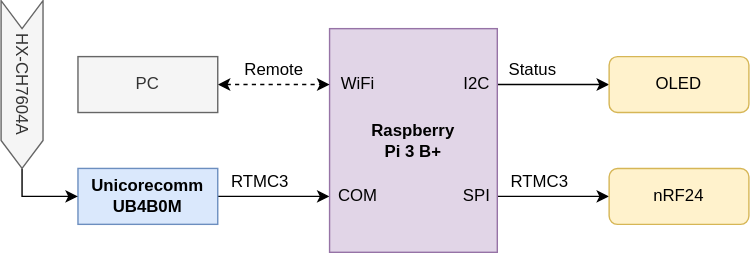
mfkiwl/lidar-mapping-poc keeps this draw.io diagram as docs/design/base.drawio.svg. Above is the earlier version. Source tidied: cells renumbered, new cells last; positions are measured from the earlier drawing's top-left corner, leaving out a move shared by most shapes. Source of this version:
```xml
<mxGraphModel>
  <root>
    <mxCell id="0" />
    <mxCell id="1" parent="0" />
    <mxCell id="2" style="edgeStyle=orthogonalEdgeStyle;rounded=0;jettySize=auto;html=1;exitX=1;exitY=0.5;exitDx=0;exitDy=0;entryX=0;entryY=0.75;entryDx=0;entryDy=0;" parent="1" edge="1" source="3" target="8">
      <mxGeometry relative="1" as="geometry" />
    </mxCell>
    <mxCell id="3" value="Unicorecomm&lt;br&gt;UB4B0M" style="rounded=0;whiteSpace=wrap;html=1;fontStyle=1;fillColor=#dae8fc;strokeColor=#6c8ebf;" parent="1" vertex="1">
      <mxGeometry x="100" y="100" width="100" height="40" as="geometry" />
    </mxCell>
    <mxCell id="4" style="edgeStyle=orthogonalEdgeStyle;rounded=0;jettySize=auto;html=1;exitX=1;exitY=0.5;exitDx=0;exitDy=0;entryX=0;entryY=0.5;entryDx=0;entryDy=0;" parent="1" edge="1" source="5" target="3">
      <mxGeometry relative="1" as="geometry" />
    </mxCell>
    <mxCell id="5" value="HX-CH7604A" style="shape=step;perimeter=stepPerimeter;whiteSpace=wrap;html=1;fixedSize=1;rotation=90;fillColor=#f5f5f5;strokeColor=#666666;fontColor=#333333;" parent="1" vertex="1">
      <mxGeometry y="25" width="120" height="30" as="geometry" />
    </mxCell>
    <mxCell id="6" style="edgeStyle=orthogonalEdgeStyle;rounded=0;jettySize=auto;html=1;exitX=1;exitY=0.25;exitDx=0;exitDy=0;entryX=0;entryY=0.5;entryDx=0;entryDy=0;endArrow=classic;endFill=1;" parent="1" edge="1" source="8" target="10">
      <mxGeometry relative="1" as="geometry" />
    </mxCell>
    <mxCell id="7" style="edgeStyle=orthogonalEdgeStyle;rounded=0;jettySize=auto;html=1;exitX=1;exitY=0.75;exitDx=0;exitDy=0;entryX=0;entryY=0.5;entryDx=0;entryDy=0;endArrow=classic;endFill=1;" parent="1" edge="1" source="8" target="11">
      <mxGeometry relative="1" as="geometry" />
    </mxCell>
    <mxCell id="8" value="Raspberry&lt;br&gt;Pi 3 B+" style="rounded=0;whiteSpace=wrap;html=1;fontStyle=1;fillColor=#e1d5e7;strokeColor=#9673a6;" parent="1" vertex="1">
      <mxGeometry x="280" width="120" height="160" as="geometry" />
    </mxCell>
    <mxCell id="9" value="COM" style="text;html=1;align=center;verticalAlign=middle;strokeColor=none;fillColor=none;" parent="1" vertex="1">
      <mxGeometry x="280" y="110" width="40" height="20" as="geometry" />
    </mxCell>
    <mxCell id="10" value="OLED" style="rounded=1;whiteSpace=wrap;html=1;fillColor=#fff2cc;strokeColor=#d6b656;" parent="1" vertex="1">
      <mxGeometry x="480" y="20" width="100" height="40" as="geometry" />
    </mxCell>
    <mxCell id="11" value="nRF24" style="rounded=1;whiteSpace=wrap;html=1;fillColor=#fff2cc;strokeColor=#d6b656;" parent="1" vertex="1">
      <mxGeometry x="480" y="100" width="100" height="40" as="geometry" />
    </mxCell>
    <mxCell id="12" value="I2C" style="text;html=1;align=center;verticalAlign=middle;strokeColor=none;fillColor=none;" parent="1" vertex="1">
      <mxGeometry x="370" y="30" width="30" height="20" as="geometry" />
    </mxCell>
    <mxCell id="13" value="SPI" style="text;html=1;align=center;verticalAlign=middle;strokeColor=none;fillColor=none;" parent="1" vertex="1">
      <mxGeometry x="370" y="110" width="30" height="20" as="geometry" />
    </mxCell>
    <mxCell id="14" value="RTMC3" style="text;html=1;align=center;verticalAlign=middle;strokeColor=none;fillColor=none;" parent="1" vertex="1">
      <mxGeometry x="200" y="100" width="60" height="20" as="geometry" />
    </mxCell>
    <mxCell id="15" value="Status" style="text;html=1;align=center;verticalAlign=middle;strokeColor=none;fillColor=none;" parent="1" vertex="1">
      <mxGeometry x="400" y="20" width="50" height="20" as="geometry" />
    </mxCell>
    <mxCell id="16" value="RTMC3" style="text;html=1;align=center;verticalAlign=middle;strokeColor=none;fillColor=none;" parent="1" vertex="1">
      <mxGeometry x="400" y="100" width="60" height="20" as="geometry" />
    </mxCell>
    <mxCell id="17" style="edgeStyle=orthogonalEdgeStyle;rounded=0;jettySize=auto;html=1;exitX=1;exitY=0.5;exitDx=0;exitDy=0;entryX=0;entryY=0.25;entryDx=0;entryDy=0;startArrow=classic;startFill=1;dashed=1;" parent="1" edge="1" source="18" target="8">
      <mxGeometry relative="1" as="geometry" />
    </mxCell>
    <mxCell id="18" value="PC" style="rounded=0;whiteSpace=wrap;html=1;fontStyle=0;fillColor=#f5f5f5;strokeColor=#666666;fontColor=#333333;" parent="1" vertex="1">
      <mxGeometry x="100" y="20" width="100" height="40" as="geometry" />
    </mxCell>
    <mxCell id="19" value="Remote" style="text;html=1;align=center;verticalAlign=middle;strokeColor=none;fillColor=none;" parent="1" vertex="1">
      <mxGeometry x="210" y="20" width="60" height="20" as="geometry" />
    </mxCell>
    <mxCell id="20" value="WiFi" style="text;html=1;align=center;verticalAlign=middle;strokeColor=none;" parent="1" vertex="1">
      <mxGeometry x="280" y="30" width="40" height="20" as="geometry" />
    </mxCell>
  </root>
</mxGraphModel>
```
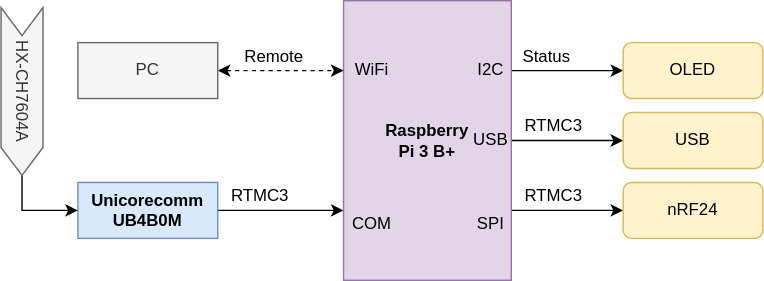
The same file after the commit.

The edit, as a diff of the source:
```diff
@@ -6,13 +6,13 @@
       <mxGeometry relative="1" as="geometry" />
     </mxCell>
     <mxCell id="3" value="Unicorecomm&lt;br&gt;UB4B0M" style="rounded=0;whiteSpace=wrap;html=1;fontStyle=1;fillColor=#dae8fc;strokeColor=#6c8ebf;" parent="1" vertex="1">
-      <mxGeometry x="100" y="100" width="100" height="40" as="geometry" />
+      <mxGeometry x="100" y="90" width="100" height="40" as="geometry" />
     </mxCell>
     <mxCell id="4" style="edgeStyle=orthogonalEdgeStyle;rounded=0;jettySize=auto;html=1;exitX=1;exitY=0.5;exitDx=0;exitDy=0;entryX=0;entryY=0.5;entryDx=0;entryDy=0;" parent="1" edge="1" source="5" target="3">
       <mxGeometry relative="1" as="geometry" />
     </mxCell>
     <mxCell id="5" value="HX-CH7604A" style="shape=step;perimeter=stepPerimeter;whiteSpace=wrap;html=1;fixedSize=1;rotation=90;fillColor=#f5f5f5;strokeColor=#666666;fontColor=#333333;" parent="1" vertex="1">
-      <mxGeometry y="25" width="120" height="30" as="geometry" />
+      <mxGeometry y="10" width="120" height="30" as="geometry" />
     </mxCell>
     <mxCell id="6" style="edgeStyle=orthogonalEdgeStyle;rounded=0;jettySize=auto;html=1;exitX=1;exitY=0.25;exitDx=0;exitDy=0;entryX=0;entryY=0.5;entryDx=0;entryDy=0;endArrow=classic;endFill=1;" parent="1" edge="1" source="8" target="10">
       <mxGeometry relative="1" as="geometry" />
@@ -20,44 +20,56 @@
     <mxCell id="7" style="edgeStyle=orthogonalEdgeStyle;rounded=0;jettySize=auto;html=1;exitX=1;exitY=0.75;exitDx=0;exitDy=0;entryX=0;entryY=0.5;entryDx=0;entryDy=0;endArrow=classic;endFill=1;" parent="1" edge="1" source="8" target="11">
       <mxGeometry relative="1" as="geometry" />
     </mxCell>
+    <mxCell id="21" style="edgeStyle=orthogonalEdgeStyle;rounded=0;jettySize=auto;html=1;exitX=1;exitY=0.5;exitDx=0;exitDy=0;entryX=0;entryY=0.5;entryDx=0;entryDy=0;" parent="1" edge="1" source="8" target="22">
+      <mxGeometry relative="1" as="geometry" />
+    </mxCell>
     <mxCell id="8" value="Raspberry&lt;br&gt;Pi 3 B+" style="rounded=0;whiteSpace=wrap;html=1;fontStyle=1;fillColor=#e1d5e7;strokeColor=#9673a6;" parent="1" vertex="1">
-      <mxGeometry x="280" width="120" height="160" as="geometry" />
+      <mxGeometry x="290" y="-40" width="120" height="200" as="geometry" />
     </mxCell>
     <mxCell id="9" value="COM" style="text;html=1;align=center;verticalAlign=middle;strokeColor=none;fillColor=none;" parent="1" vertex="1">
-      <mxGeometry x="280" y="110" width="40" height="20" as="geometry" />
+      <mxGeometry x="290" y="110" width="40" height="20" as="geometry" />
     </mxCell>
     <mxCell id="10" value="OLED" style="rounded=1;whiteSpace=wrap;html=1;fillColor=#fff2cc;strokeColor=#d6b656;" parent="1" vertex="1">
-      <mxGeometry x="480" y="20" width="100" height="40" as="geometry" />
+      <mxGeometry x="490" y="-10" width="100" height="40" as="geometry" />
     </mxCell>
     <mxCell id="11" value="nRF24" style="rounded=1;whiteSpace=wrap;html=1;fillColor=#fff2cc;strokeColor=#d6b656;" parent="1" vertex="1">
-      <mxGeometry x="480" y="100" width="100" height="40" as="geometry" />
+      <mxGeometry x="490" y="90" width="100" height="40" as="geometry" />
     </mxCell>
     <mxCell id="12" value="I2C" style="text;html=1;align=center;verticalAlign=middle;strokeColor=none;fillColor=none;" parent="1" vertex="1">
-      <mxGeometry x="370" y="30" width="30" height="20" as="geometry" />
+      <mxGeometry x="380" width="30" height="20" as="geometry" />
     </mxCell>
     <mxCell id="13" value="SPI" style="text;html=1;align=center;verticalAlign=middle;strokeColor=none;fillColor=none;" parent="1" vertex="1">
-      <mxGeometry x="370" y="110" width="30" height="20" as="geometry" />
+      <mxGeometry x="380" y="110" width="30" height="20" as="geometry" />
     </mxCell>
     <mxCell id="14" value="RTMC3" style="text;html=1;align=center;verticalAlign=middle;strokeColor=none;fillColor=none;" parent="1" vertex="1">
-      <mxGeometry x="200" y="100" width="60" height="20" as="geometry" />
+      <mxGeometry x="200" y="90" width="60" height="20" as="geometry" />
     </mxCell>
     <mxCell id="15" value="Status" style="text;html=1;align=center;verticalAlign=middle;strokeColor=none;fillColor=none;" parent="1" vertex="1">
-      <mxGeometry x="400" y="20" width="50" height="20" as="geometry" />
+      <mxGeometry x="410" y="-10" width="50" height="20" as="geometry" />
     </mxCell>
     <mxCell id="16" value="RTMC3" style="text;html=1;align=center;verticalAlign=middle;strokeColor=none;fillColor=none;" parent="1" vertex="1">
-      <mxGeometry x="400" y="100" width="60" height="20" as="geometry" />
+      <mxGeometry x="410" y="90" width="60" height="20" as="geometry" />
     </mxCell>
     <mxCell id="17" style="edgeStyle=orthogonalEdgeStyle;rounded=0;jettySize=auto;html=1;exitX=1;exitY=0.5;exitDx=0;exitDy=0;entryX=0;entryY=0.25;entryDx=0;entryDy=0;startArrow=classic;startFill=1;dashed=1;" parent="1" edge="1" source="18" target="8">
       <mxGeometry relative="1" as="geometry" />
     </mxCell>
     <mxCell id="18" value="PC" style="rounded=0;whiteSpace=wrap;html=1;fontStyle=0;fillColor=#f5f5f5;strokeColor=#666666;fontColor=#333333;" parent="1" vertex="1">
-      <mxGeometry x="100" y="20" width="100" height="40" as="geometry" />
+      <mxGeometry x="100" y="-10" width="100" height="40" as="geometry" />
     </mxCell>
     <mxCell id="19" value="Remote" style="text;html=1;align=center;verticalAlign=middle;strokeColor=none;fillColor=none;" parent="1" vertex="1">
-      <mxGeometry x="210" y="20" width="60" height="20" as="geometry" />
+      <mxGeometry x="210" y="-10" width="60" height="20" as="geometry" />
     </mxCell>
     <mxCell id="20" value="WiFi" style="text;html=1;align=center;verticalAlign=middle;strokeColor=none;" parent="1" vertex="1">
-      <mxGeometry x="280" y="30" width="40" height="20" as="geometry" />
+      <mxGeometry x="290" width="40" height="20" as="geometry" />
     </mxCell>
+    <mxCell id="22" value="USB" style="rounded=1;whiteSpace=wrap;html=1;fillColor=#fff2cc;strokeColor=#d6b656;" parent="1" vertex="1">
+      <mxGeometry x="490" y="40" width="100" height="40" as="geometry" />
+    </mxCell>
+    <mxCell id="23" value="RTMC3" style="text;html=1;align=center;verticalAlign=middle;strokeColor=none;fillColor=none;" parent="1" vertex="1">
+      <mxGeometry x="410" y="40" width="60" height="20" as="geometry" />
+    </mxCell>
+    <mxCell id="24" value="USB" style="text;html=1;align=center;verticalAlign=middle;strokeColor=none;" parent="1" vertex="1">
+      <mxGeometry x="375" y="50" width="40" height="20" as="geometry" />
+    </mxCell>
   </root>
 </mxGraphModel>
```
